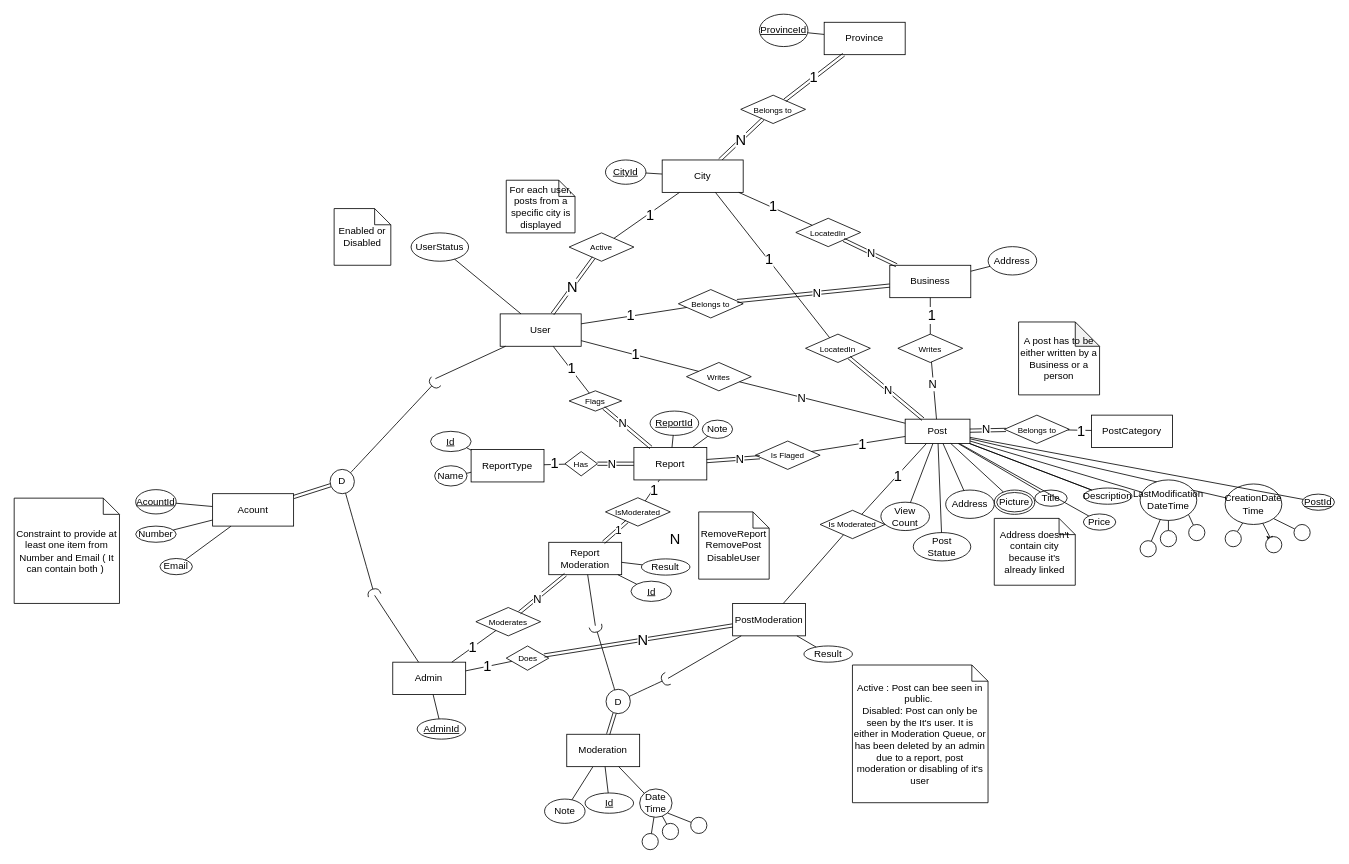
Before: Project.drawio in khebrati/HamsellDatabase, a draw.io diagram. Source tidied: cells renumbered, new cells numbered last; positions are measured from the earlier drawing's top-left corner, leaving out a move shared by most shapes. Both pictures are drawn from the tidied source at 81%, with x=0, y=0 at pixel (14, 14).
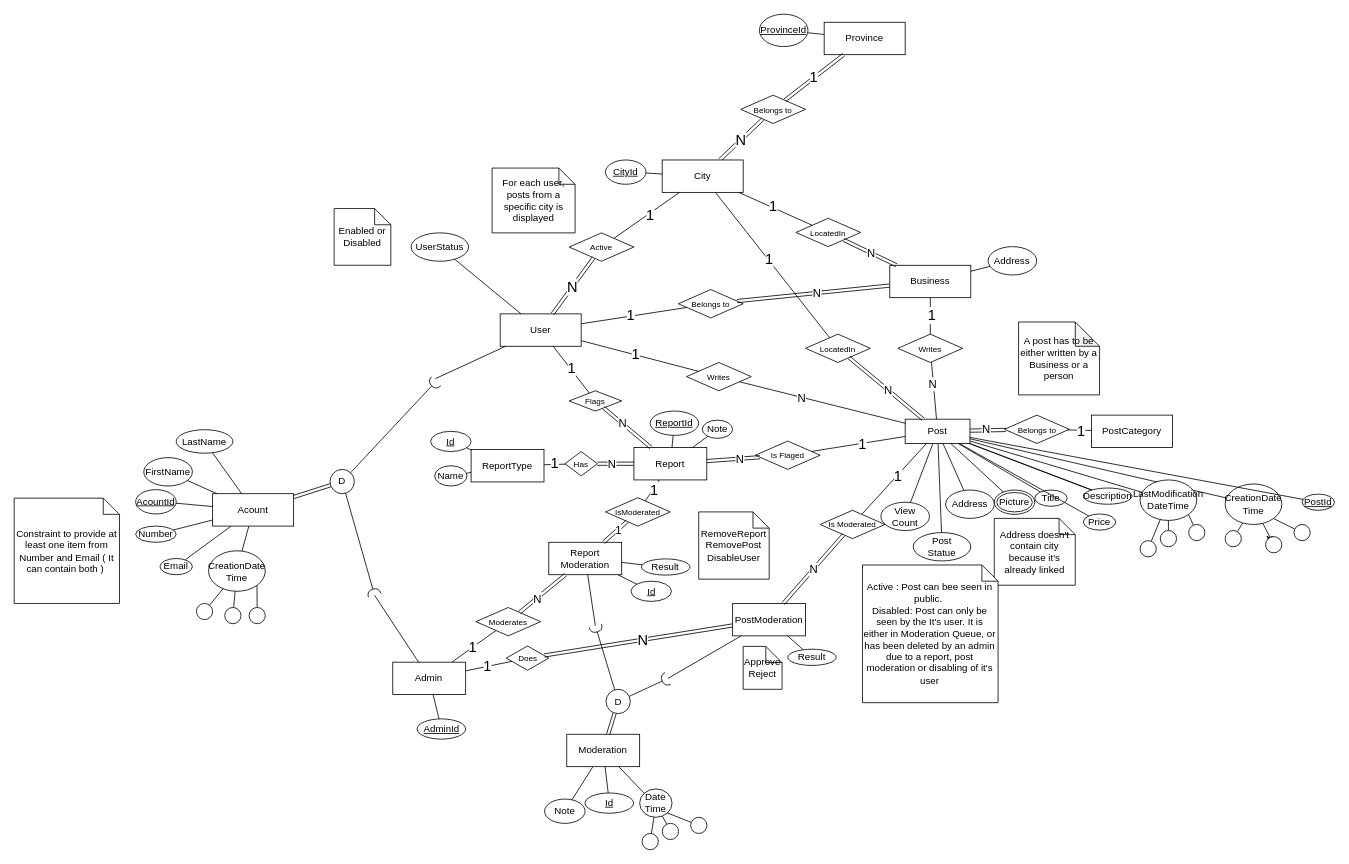
Above is the later version.

Commit message:
Finished First Design

Unchanged cells that the change refers to:
```xml
<mxCell id="39" value="Acount" style="whiteSpace=wrap;html=1;align=center;" parent="1" vertex="1">
  <mxGeometry x="245" y="592" width="100" height="40" as="geometry" />
</mxCell>
<mxCell id="97" value="PostModeration" style="whiteSpace=wrap;html=1;align=center;" parent="1" vertex="1">
  <mxGeometry x="887" y="727.5" width="90" height="40" as="geometry" />
</mxCell>
<mxCell id="104" value="&lt;font style=&quot;font-size: 10px;&quot;&gt;Is Moderated&lt;/font&gt;" style="shape=rhombus;perimeter=rhombusPerimeter;whiteSpace=wrap;html=1;align=center;" parent="1" vertex="1">
  <mxGeometry x="995" y="612.5" width="80" height="35" as="geometry" />
</mxCell>
```

Change to the diagram source:
```diff
@@
     <mxCell id="66" value="For each user, posts from a specific city is displayed" style="shape=note;size=20;whiteSpace=wrap;html=1;" parent="1" vertex="1">
-      <mxGeometry x="607.5" y="205" width="84.9" height="65" as="geometry" />
+      <mxGeometry x="590" y="190" width="102.5" height="80" as="geometry" />
     </mxCell>
@@
-    <mxCell id="107" style="endArrow=none;html=1;rounded=0;" parent="1" edge="1" source="97" target="104">
-      <mxGeometry relative="1" as="geometry" />
-    </mxCell>
@@
-    <mxCell id="160" value="&lt;font style=&quot;font-size: 18px;&quot;&gt;N&lt;/font&gt;" style="edgeLabel;html=1;align=center;verticalAlign=middle;" parent="1" vertex="1">
-      <mxGeometry x="815.2" y="647.2" as="geometry" />
-    </mxCell>
@@
     <mxCell id="165" value="Result" style="ellipse;whiteSpace=wrap;html=1;align=center;" parent="1" vertex="1">
-      <mxGeometry x="975" y="780" width="59.9" height="20" as="geometry" />
+      <mxGeometry x="955" y="784" width="59.9" height="20" as="geometry" />
     </mxCell>
@@
     <mxCell id="180" value="Active : Post can bee seen in public.&amp;nbsp;&lt;div&gt;Disabled: Post can only be seen by the It's user. It is either in Moderation Queue, or has been deleted by an admin due to a report, post moderation or disabling of it's user&lt;/div&gt;" style="shape=note;size=20;whiteSpace=wrap;html=1;" parent="1" vertex="1">
-      <mxGeometry x="1034.9" y="803.5" width="167.4" height="170" as="geometry" />
+      <mxGeometry x="1047.3" y="680" width="167.4" height="170" as="geometry" />
     </mxCell>
@@
+    <mxCell id="205" value="FirstName" style="ellipse;whiteSpace=wrap;html=1;align=center;" parent="1" vertex="1">
+      <mxGeometry x="160" y="547.5" width="60" height="35" as="geometry" />
+    </mxCell>
+    <mxCell id="206" style="endArrow=none;html=1;rounded=0;" parent="1" edge="1" source="205" target="39">
+      <mxGeometry relative="1" as="geometry" />
+    </mxCell>
+    <mxCell id="207" value="LastName" style="ellipse;whiteSpace=wrap;html=1;align=center;" parent="1" vertex="1">
+      <mxGeometry x="200" y="513" width="70" height="29" as="geometry" />
+    </mxCell>
+    <mxCell id="208" style="endArrow=none;html=1;rounded=0;" parent="1" edge="1" source="207" target="39">
+      <mxGeometry relative="1" as="geometry" />
+    </mxCell>
+    <mxCell id="209" value="CreationDate&lt;div&gt;Time&lt;/div&gt;" style="ellipse;whiteSpace=wrap;html=1;align=center;" parent="1" vertex="1">
+      <mxGeometry x="240" y="662.5" width="70" height="50" as="geometry" />
+    </mxCell>
+    <mxCell id="210" style="endArrow=none;html=1;rounded=0;" parent="1" edge="1" source="209" target="213">
+      <mxGeometry relative="1" as="geometry" />
+    </mxCell>
+    <mxCell id="211" style="endArrow=none;html=1;rounded=0;" parent="1" edge="1" source="209" target="214">
+      <mxGeometry relative="1" as="geometry" />
+    </mxCell>
+    <mxCell id="212" style="endArrow=none;html=1;rounded=0;exitX=1;exitY=1;exitDx=0;exitDy=0;" parent="1" edge="1" source="209" target="215">
+      <mxGeometry relative="1" as="geometry" />
+    </mxCell>
+    <mxCell id="213" style="ellipse;whiteSpace=wrap;html=1;" parent="1" vertex="1">
+      <mxGeometry x="225" y="727.5" width="20" height="20" as="geometry" />
+    </mxCell>
+    <mxCell id="214" style="ellipse;whiteSpace=wrap;html=1;" parent="1" vertex="1">
+      <mxGeometry x="260" y="732.5" width="20" height="20" as="geometry" />
+    </mxCell>
+    <mxCell id="215" style="ellipse;whiteSpace=wrap;html=1;" parent="1" vertex="1">
+      <mxGeometry x="290" y="732.5" width="20" height="20" as="geometry" />
+    </mxCell>
+    <mxCell id="216" style="endArrow=none;html=1;rounded=0;" parent="1" edge="1" source="209" target="39">
+      <mxGeometry relative="1" as="geometry" />
+    </mxCell>
+    <mxCell id="107" style="shape=link;html=1;rounded=0;" parent="1" edge="1" source="97" target="104">
+      <mxGeometry relative="1" as="geometry" />
+    </mxCell>
+    <mxCell id="160" value="&lt;font style=&quot;font-size: 14px;&quot;&gt;N&lt;/font&gt;" style="edgeLabel;html=1;align=center;verticalAlign=middle;" parent="107" vertex="1">
+      <mxGeometry relative="1" as="geometry" />
+    </mxCell>
+    <mxCell id="217" value="Approve&lt;div&gt;Reject&lt;/div&gt;" style="shape=note;size=20;whiteSpace=wrap;html=1;" parent="1" vertex="1">
+      <mxGeometry x="900" y="780.5" width="48" height="53" as="geometry" />
+    </mxCell>
```
